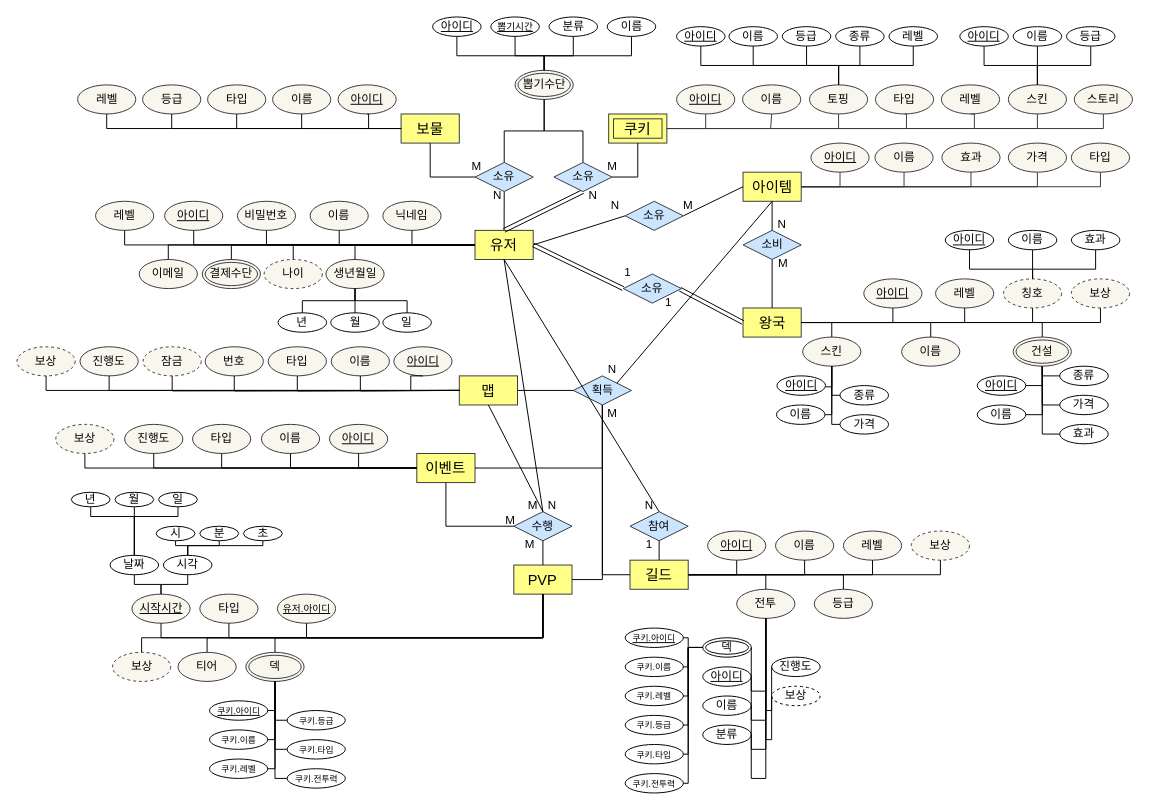
This is page "페이지-2" (2 of 3) of 제목 없는 다이어그램.drawio from breeze234/web1, a draw.io file, before an edit. Source tidied: cells renumbered, new cells numbered last; positions are measured from the earlier drawing's top-left corner, leaving out a move shared by most shapes. Both pictures are drawn from the tidied source at 97%, with x=0, y=0 at pixel (16, 16).
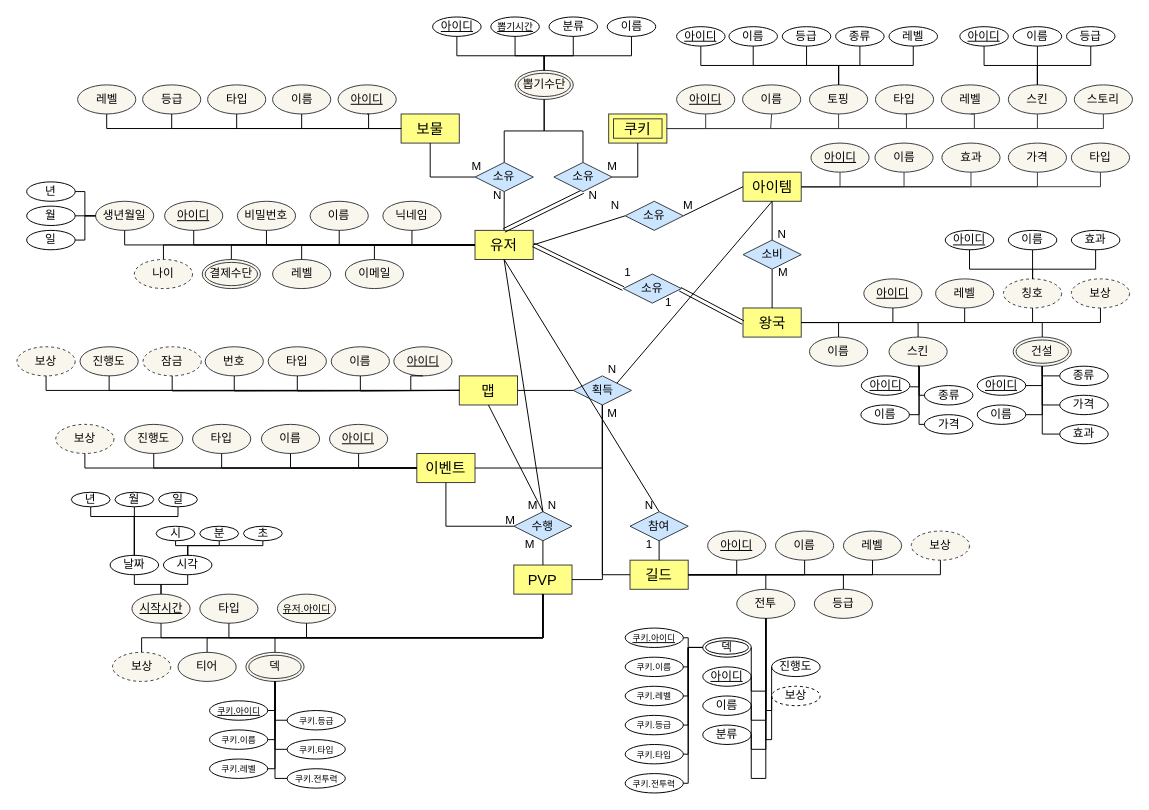
The same page after the edit.

Commit message (it also covers changes not shown here):
제목 없는 다이어그램.drawio 업데이트

The change refers to these unchanged cells:
```xml
<mxCell id="2" value="&lt;font style=&quot;font-size: 15px;&quot;&gt;유저&lt;/font&gt;" style="whiteSpace=wrap;html=1;align=center;fillColor=#ffff88;strokeColor=#36393d;" parent="1" vertex="1">
  <mxGeometry x="472.2" y="220" width="60" height="30" as="geometry" />
</mxCell>
<mxCell id="83" value="&lt;font style=&quot;font-size: 15px;&quot;&gt;왕국&lt;/font&gt;" style="whiteSpace=wrap;html=1;align=center;fillColor=#ffff88;strokeColor=#36393d;" parent="1" vertex="1">
  <mxGeometry x="748.5" y="300" width="60" height="30" as="geometry" />
</mxCell>
```

Change to the diagram source:
```diff
@@
     <mxCell id="7" value="레벨" style="ellipse;whiteSpace=wrap;html=1;fillColor=#f9f7ed;strokeColor=#36393d;" parent="1" vertex="1">
-      <mxGeometry x="81" y="190" width="60" height="30" as="geometry" />
+      <mxGeometry x="263.5" y="250" width="60" height="30" as="geometry" />
     </mxCell>
     <mxCell id="8" value="생년월일" style="ellipse;whiteSpace=wrap;html=1;fillColor=#f9f7ed;strokeColor=#36393d;" parent="1" vertex="1">
-      <mxGeometry x="318.5" y="250" width="60" height="30" as="geometry" />
+      <mxGeometry x="81" y="190" width="60" height="30" as="geometry" />
     </mxCell>
     <mxCell id="9" value="나이" style="ellipse;whiteSpace=wrap;html=1;dashed=1;fillColor=#f9f7ed;strokeColor=#36393d;" parent="1" vertex="1">
-      <mxGeometry x="254.8" y="250" width="60" height="30" as="geometry" />
+      <mxGeometry x="121" y="250" width="60" height="30" as="geometry" />
     </mxCell>
     <mxCell id="10" value="월" style="ellipse;whiteSpace=wrap;html=1;" parent="1" vertex="1">
-      <mxGeometry x="323.5" y="305" width="50" height="20" as="geometry" />
+      <mxGeometry x="10" y="195" width="50" height="20" as="geometry" />
     </mxCell>
     <mxCell id="11" value="년" style="ellipse;whiteSpace=wrap;html=1;" parent="1" vertex="1">
-      <mxGeometry x="269.2" y="305" width="50" height="20" as="geometry" />
+      <mxGeometry x="10" y="170" width="50" height="20" as="geometry" />
     </mxCell>
     <mxCell id="12" value="일" style="ellipse;whiteSpace=wrap;html=1;" parent="1" vertex="1">
-      <mxGeometry x="377.2" y="305" width="50" height="20" as="geometry" />
+      <mxGeometry x="10" y="220" width="50" height="20" as="geometry" />
     </mxCell>
@@
-    <mxCell id="20" style="endArrow=none;html=1;rounded=0;exitX=0.5;exitY=0;exitDx=0;exitDy=0;entryX=0;entryY=0.5;entryDx=0;entryDy=0;edgeStyle=orthogonalEdgeStyle;" parent="1" edge="1" source="8" target="2">
-      <mxGeometry relative="1" as="geometry" />
+    <mxCell id="20" style="endArrow=none;html=1;rounded=0;entryX=0;entryY=0.5;entryDx=0;entryDy=0;edgeStyle=orthogonalEdgeStyle;" parent="1" edge="1" target="2">
+      <mxGeometry relative="1" as="geometry">
+        <mxPoint x="111" y="220" as="sourcePoint" />
+        <Array as="points">
+          <mxPoint x="111" y="235" />
+        </Array>
+      </mxGeometry>
     </mxCell>
-    <mxCell id="21" style="endArrow=none;html=1;rounded=0;exitX=0.5;exitY=1;exitDx=0;exitDy=0;edgeStyle=orthogonalEdgeStyle;entryX=0;entryY=0.5;entryDx=0;entryDy=0;" parent="1" edge="1" source="7" target="2">
+    <mxCell id="21" style="endArrow=none;html=1;rounded=0;exitX=0.5;exitY=0;exitDx=0;exitDy=0;edgeStyle=orthogonalEdgeStyle;entryX=0;entryY=0.5;entryDx=0;entryDy=0;" parent="1" edge="1" source="7" target="2">
       <mxGeometry relative="1" as="geometry">
         <Array as="points">
-          <mxPoint x="111" y="235" />
+          <mxPoint x="293" y="235" />
         </Array>
       </mxGeometry>
     </mxCell>
-    <mxCell id="22" style="endArrow=none;html=1;rounded=0;exitX=0.5;exitY=0;exitDx=0;exitDy=0;entryX=0.5;entryY=1;entryDx=0;entryDy=0;edgeStyle=orthogonalEdgeStyle;" parent="1" edge="1" source="11" target="8">
-      <mxGeometry relative="1" as="geometry" />
-    </mxCell>
-    <mxCell id="23" style="endArrow=none;html=1;rounded=0;exitX=0.5;exitY=0;exitDx=0;exitDy=0;entryX=0.5;entryY=1;entryDx=0;entryDy=0;edgeStyle=orthogonalEdgeStyle;" parent="1" edge="1" source="12" target="8">
-      <mxGeometry relative="1" as="geometry" />
+    <mxCell id="23" style="endArrow=none;html=1;rounded=0;exitX=1;exitY=0.5;exitDx=0;exitDy=0;entryX=0;entryY=0.5;entryDx=0;entryDy=0;edgeStyle=orthogonalEdgeStyle;" parent="1" edge="1" source="12" target="8">
+      <mxGeometry relative="1" as="geometry">
+        <Array as="points">
+          <mxPoint x="70" y="230" />
+          <mxPoint x="70" y="205" />
+        </Array>
+      </mxGeometry>
     </mxCell>
@@
     <mxCell id="98" value="스킨" style="ellipse;whiteSpace=wrap;html=1;fillColor=#f9f7ed;strokeColor=#36393d;" parent="1" vertex="1">
-      <mxGeometry x="810" y="330" width="60" height="30" as="geometry" />
+      <mxGeometry x="899" y="330" width="60" height="30" as="geometry" />
     </mxCell>
     <mxCell id="99" value="&lt;u&gt;아이디&lt;/u&gt;" style="ellipse;whiteSpace=wrap;html=1;" parent="1" vertex="1">
-      <mxGeometry x="783.5" y="370" width="50" height="20" as="geometry" />
+      <mxGeometry x="870.5" y="370" width="50" height="20" as="geometry" />
     </mxCell>
     <mxCell id="100" value="이름" style="ellipse;whiteSpace=wrap;html=1;" parent="1" vertex="1">
-      <mxGeometry x="783" y="400" width="50" height="20" as="geometry" />
+      <mxGeometry x="870" y="400" width="50" height="20" as="geometry" />
     </mxCell>
     <mxCell id="101" value="종류" style="ellipse;whiteSpace=wrap;html=1;" parent="1" vertex="1">
-      <mxGeometry x="848.5" y="380" width="50" height="20" as="geometry" />
+      <mxGeometry x="935.5" y="380" width="50" height="20" as="geometry" />
     </mxCell>
     <mxCell id="102" value="가격" style="ellipse;whiteSpace=wrap;html=1;" parent="1" vertex="1">
-      <mxGeometry x="848.5" y="410" width="50" height="20" as="geometry" />
+      <mxGeometry x="935.5" y="410" width="50" height="20" as="geometry" />
     </mxCell>
     <mxCell id="103" value="이름" style="ellipse;whiteSpace=wrap;html=1;fillColor=#f9f7ed;strokeColor=#36393d;" parent="1" vertex="1">
-      <mxGeometry x="912" y="330" width="60" height="30" as="geometry" />
+      <mxGeometry x="817" y="330" width="60" height="30" as="geometry" />
     </mxCell>
@@
     <mxCell id="115" style="rounded=0;jettySize=auto;html=1;endArrow=none;endFill=0;edgeStyle=orthogonalEdgeStyle;elbow=vertical;exitX=0.5;exitY=0;exitDx=0;exitDy=0;entryX=1;entryY=0.5;entryDx=0;entryDy=0;" parent="1" edge="1" source="103" target="83">
       <mxGeometry relative="1" as="geometry">
         <Array as="points">
-          <mxPoint x="942" y="315" />
+          <mxPoint x="847" y="315" />
         </Array>
       </mxGeometry>
     </mxCell>
     <mxCell id="116" style="rounded=0;jettySize=auto;html=1;endArrow=none;endFill=0;edgeStyle=orthogonalEdgeStyle;elbow=vertical;exitX=0.5;exitY=0;exitDx=0;exitDy=0;entryX=1;entryY=0.5;entryDx=0;entryDy=0;" parent="1" edge="1" source="98" target="83">
       <mxGeometry relative="1" as="geometry">
         <Array as="points">
-          <mxPoint x="840" y="315" />
+          <mxPoint x="929" y="315" />
         </Array>
       </mxGeometry>
     </mxCell>
@@
     <mxCell id="248" value="이메일" style="ellipse;whiteSpace=wrap;html=1;fillColor=#f9f7ed;strokeColor=#36393d;" parent="1" vertex="1">
-      <mxGeometry x="126" y="250" width="60" height="30" as="geometry" />
+      <mxGeometry x="338.5" y="250" width="60" height="30" as="geometry" />
     </mxCell>
-    <mxCell id="249" style="endArrow=none;html=1;rounded=0;exitX=0.5;exitY=0;exitDx=0;exitDy=0;entryX=0.5;entryY=1;entryDx=0;entryDy=0;edgeStyle=orthogonalEdgeStyle;" parent="1" edge="1" source="10" target="8">
-      <mxGeometry relative="1" as="geometry" />
-    </mxCell>
@@
     <mxCell id="258" style="rounded=0;jettySize=auto;html=1;endArrow=none;endFill=0;edgeStyle=orthogonalEdgeStyle;elbow=vertical;exitX=0.5;exitY=1;exitDx=0;exitDy=0;entryX=1.006;entryY=0.563;entryDx=0;entryDy=0;entryPerimeter=0;" parent="1" edge="1" source="98" target="99">
       <mxGeometry relative="1" as="geometry">
         <Array as="points">
-          <mxPoint x="840" y="381" />
+          <mxPoint x="930" y="360" />
+          <mxPoint x="930" y="381" />
         </Array>
       </mxGeometry>
     </mxCell>
     <mxCell id="259" style="rounded=0;jettySize=auto;html=1;endArrow=none;endFill=0;edgeStyle=orthogonalEdgeStyle;elbow=vertical;exitX=0.5;exitY=1;exitDx=0;exitDy=0;entryX=0;entryY=0.5;entryDx=0;entryDy=0;" parent="1" edge="1" source="98" target="101">
       <mxGeometry relative="1" as="geometry">
         <Array as="points">
-          <mxPoint x="840" y="390" />
+          <mxPoint x="930" y="360" />
+          <mxPoint x="930" y="390" />
         </Array>
       </mxGeometry>
     </mxCell>
     <mxCell id="260" style="rounded=0;jettySize=auto;html=1;endArrow=none;endFill=0;edgeStyle=orthogonalEdgeStyle;elbow=vertical;exitX=0.5;exitY=1;exitDx=0;exitDy=0;entryX=0;entryY=0.5;entryDx=0;entryDy=0;" parent="1" edge="1" source="98" target="102">
       <mxGeometry relative="1" as="geometry">
         <Array as="points">
-          <mxPoint x="840" y="420" />
+          <mxPoint x="930" y="360" />
+          <mxPoint x="930" y="420" />
         </Array>
       </mxGeometry>
     </mxCell>
     <mxCell id="261" style="rounded=0;jettySize=auto;html=1;endArrow=none;endFill=0;edgeStyle=orthogonalEdgeStyle;elbow=vertical;exitX=0.5;exitY=1;exitDx=0;exitDy=0;entryX=1;entryY=0.5;entryDx=0;entryDy=0;" parent="1" edge="1" source="98" target="100">
       <mxGeometry relative="1" as="geometry">
         <Array as="points">
-          <mxPoint x="840" y="410" />
+          <mxPoint x="930" y="360" />
+          <mxPoint x="930" y="410" />
         </Array>
       </mxGeometry>
     </mxCell>
@@
     <mxCell id="278" style="group;" parent="1" vertex="1">
-      <mxGeometry x="748.5" y="200" width="61.5" height="70" as="geometry" />
+      <mxGeometry x="748.5" y="210" width="61.5" height="70" as="geometry" />
     </mxCell>
@@
+    <mxCell id="22" style="endArrow=none;html=1;rounded=0;exitX=1;exitY=0.5;exitDx=0;exitDy=0;entryX=0;entryY=0.5;entryDx=0;entryDy=0;edgeStyle=orthogonalEdgeStyle;" parent="1" edge="1" source="11" target="8">
+      <mxGeometry relative="1" as="geometry">
+        <Array as="points">
+          <mxPoint x="70" y="180" />
+          <mxPoint x="70" y="205" />
+        </Array>
+      </mxGeometry>
+    </mxCell>
+    <mxCell id="249" style="endArrow=none;html=1;rounded=0;exitX=1;exitY=0.5;exitDx=0;exitDy=0;edgeStyle=orthogonalEdgeStyle;entryX=0;entryY=0.5;entryDx=0;entryDy=0;" parent="1" edge="1" source="10" target="8">
+      <mxGeometry relative="1" as="geometry">
+        <Array as="points">
+          <mxPoint x="70" y="205" />
+          <mxPoint x="70" y="205" />
+        </Array>
+      </mxGeometry>
+    </mxCell>
```
